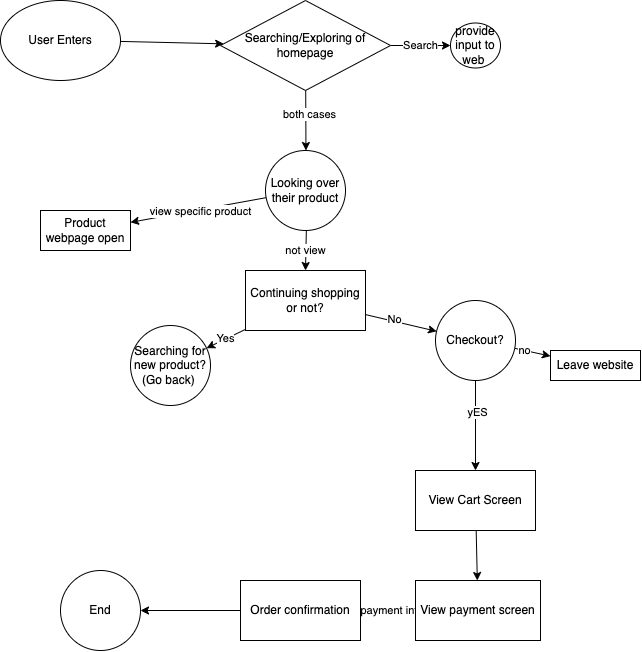
The draw.io diagram explore/disgramming/diagram.drawio.png in PaulLai1022/sp24-cse110-lab4, before a commit. Source tidied: cells renumbered, new cells last; positions are measured from the earlier drawing's top-left corner, leaving out a move shared by most shapes.
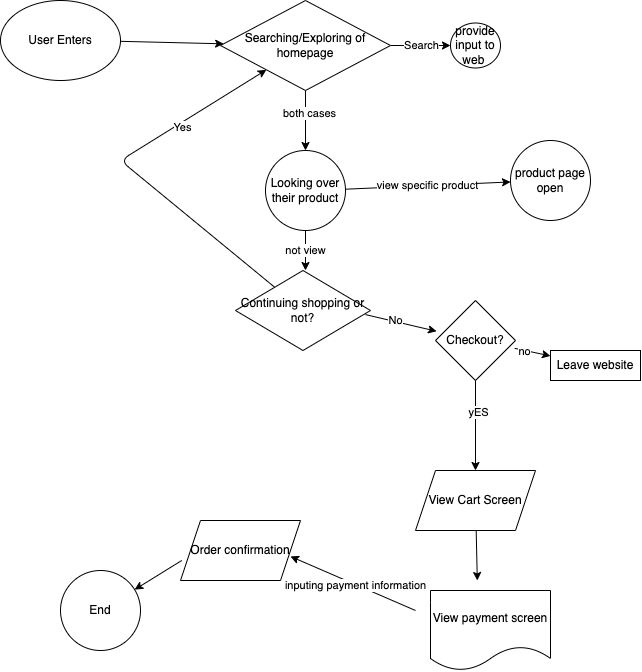
Above is the later version.

What changed in the source:
```diff
@@ -23,77 +23,96 @@
     <mxCell id="8" value="provide input to web&amp;nbsp;" style="ellipse;whiteSpace=wrap;html=1;" parent="1" vertex="1">
       <mxGeometry x="450" y="22.5" width="50" height="45" as="geometry" />
     </mxCell>
-    <mxCell id="9" style="edgeStyle=none;html=1;" parent="1" edge="1" source="12" target="13">
-      <mxGeometry relative="1" as="geometry" />
-    </mxCell>
+    <mxCell id="11" value="not view" style="edgeStyle=none;html=1;" parent="1" edge="1" source="12">
+      <mxGeometry relative="1" as="geometry">
+        <mxPoint x="305" y="270" as="targetPoint" />
+      </mxGeometry>
+    </mxCell>
-    <mxCell id="10" value="view specific product" style="edgeLabel;html=1;align=center;verticalAlign=middle;" parent="9" vertex="1">
-      <mxGeometry x="-0.03" y="1" relative="1" as="geometry" />
+    <mxCell id="10" value="view specific product" style="edgeStyle=none;html=1;" parent="1" edge="1" source="12" target="34">
+      <mxGeometry relative="1" as="geometry" />
     </mxCell>
-    <mxCell id="11" value="not view" style="edgeStyle=none;html=1;" parent="1" edge="1" source="12" target="17">
-      <mxGeometry relative="1" as="geometry" />
-    </mxCell>
     <mxCell id="12" value="Looking over their product" style="ellipse;whiteSpace=wrap;html=1;" parent="1" vertex="1">
       <mxGeometry x="265" y="150" width="80" height="80" as="geometry" />
     </mxCell>
-    <mxCell id="13" value="Product webpage open" style="whiteSpace=wrap;html=1;" parent="1" vertex="1">
-      <mxGeometry x="40" y="210" width="90" height="40" as="geometry" />
-    </mxCell>
-    <mxCell id="14" value="Yes" style="edgeStyle=none;html=1;" parent="1" edge="1" source="17" target="18">
-      <mxGeometry relative="1" as="geometry" />
-    </mxCell>
-    <mxCell id="15" style="edgeStyle=none;html=1;" parent="1" edge="1" source="17" target="23">
-      <mxGeometry relative="1" as="geometry" />
+    <mxCell id="15" style="edgeStyle=none;html=1;" parent="1" edge="1">
+      <mxGeometry relative="1" as="geometry">
+        <mxPoint x="365" y="314.1" as="sourcePoint" />
+        <mxPoint x="436.1" y="330.8" as="targetPoint" />
+      </mxGeometry>
     </mxCell>
     <mxCell id="16" value="No" style="edgeLabel;html=1;align=center;verticalAlign=middle;" parent="15" vertex="1">
       <mxGeometry x="-0.2" y="2" relative="1" as="geometry" />
     </mxCell>
-    <mxCell id="17" value="Continuing shopping or not?" style="whiteSpace=wrap;html=1;" parent="1" vertex="1">
-      <mxGeometry x="245" y="270" width="120" height="60" as="geometry" />
-    </mxCell>
-    <mxCell id="18" value="Searching for new product?(Go back)&amp;nbsp;" style="ellipse;whiteSpace=wrap;html=1;" parent="1" vertex="1">
-      <mxGeometry x="130" y="325" width="80" height="80" as="geometry" />
-    </mxCell>
-    <mxCell id="19" style="edgeStyle=none;html=1;" parent="1" edge="1" source="23" target="24">
-      <mxGeometry relative="1" as="geometry" />
+    <mxCell id="19" style="edgeStyle=none;html=1;" parent="1" edge="1" target="24">
+      <mxGeometry relative="1" as="geometry">
+        <mxPoint x="514.2" y="347.8" as="sourcePoint" />
+      </mxGeometry>
     </mxCell>
     <mxCell id="20" value="no" style="edgeLabel;html=1;align=center;verticalAlign=middle;" parent="19" vertex="1">
       <mxGeometry x="-0.48" relative="1" as="geometry" />
     </mxCell>
-    <mxCell id="21" style="edgeStyle=none;html=1;" parent="1" edge="1" source="23" target="26">
-      <mxGeometry relative="1" as="geometry" />
+    <mxCell id="21" style="edgeStyle=none;html=1;" parent="1" edge="1">
+      <mxGeometry relative="1" as="geometry">
+        <mxPoint x="475" y="380" as="sourcePoint" />
+        <mxPoint x="475" y="470" as="targetPoint" />
+      </mxGeometry>
     </mxCell>
     <mxCell id="22" value="yES" style="edgeLabel;html=1;align=center;verticalAlign=middle;" parent="21" vertex="1">
       <mxGeometry x="-0.29" y="2" relative="1" as="geometry" />
     </mxCell>
-    <mxCell id="23" value="Checkout?" style="ellipse;whiteSpace=wrap;html=1;" parent="1" vertex="1">
-      <mxGeometry x="435" y="300" width="80" height="80" as="geometry" />
-    </mxCell>
     <mxCell id="24" value="Leave website" style="whiteSpace=wrap;html=1;" parent="1" vertex="1">
       <mxGeometry x="550" y="350" width="90" height="30" as="geometry" />
     </mxCell>
-    <mxCell id="25" style="edgeStyle=none;html=1;" parent="1" edge="1" source="26" target="29">
-      <mxGeometry relative="1" as="geometry" />
+    <mxCell id="25" style="edgeStyle=none;html=1;" parent="1" edge="1">
+      <mxGeometry relative="1" as="geometry">
+        <mxPoint x="475.7" y="530" as="sourcePoint" />
+        <mxPoint x="476.8" y="580" as="targetPoint" />
+      </mxGeometry>
     </mxCell>
-    <mxCell id="26" value="View Cart Screen" style="whiteSpace=wrap;html=1;" parent="1" vertex="1">
-      <mxGeometry x="415" y="470" width="120" height="60" as="geometry" />
-    </mxCell>
-    <mxCell id="27" style="edgeStyle=none;html=1;" parent="1" edge="1" source="29" target="31">
-      <mxGeometry relative="1" as="geometry" />
+    <mxCell id="27" style="edgeStyle=none;html=1;" parent="1" edge="1">
+      <mxGeometry relative="1" as="geometry">
+        <mxPoint x="415" y="610" as="sourcePoint" />
+        <mxPoint x="290" y="555.9" as="targetPoint" />
+      </mxGeometry>
     </mxCell>
     <mxCell id="28" value="inputing payment information" style="edgeLabel;html=1;align=center;verticalAlign=middle;" parent="27" vertex="1">
       <mxGeometry x="-0.03" relative="1" as="geometry" />
     </mxCell>
+    <mxCell id="30" style="edgeStyle=none;html=1;" parent="1" edge="1" target="32">
+      <mxGeometry relative="1" as="geometry">
+        <mxPoint x="181.3" y="560" as="sourcePoint" />
+      </mxGeometry>
+    </mxCell>
+    <mxCell id="32" value="End" style="ellipse;whiteSpace=wrap;html=1;" parent="1" vertex="1">
+      <mxGeometry x="60" y="570" width="80" height="80" as="geometry" />
+    </mxCell>
+    <mxCell id="23" value="Checkout?" style="rhombus;whiteSpace=wrap;html=1;" parent="1" vertex="1">
+      <mxGeometry x="435" y="300" width="80" height="80" as="geometry" />
+    </mxCell>
+    <mxCell id="33" style="edgeStyle=none;html=1;" parent="1" edge="1" source="17" target="7">
+      <mxGeometry relative="1" as="geometry">
+        <Array as="points">
+          <mxPoint x="120" y="160" />
+        </Array>
+      </mxGeometry>
+    </mxCell>
+    <mxCell id="14" value="Yes" style="edgeLabel;html=1;align=center;verticalAlign=middle;" parent="33" vertex="1">
+      <mxGeometry x="0.45" y="-3" relative="1" as="geometry" />
+    </mxCell>
+    <mxCell id="17" value="Continuing shopping or not?" style="rhombus;whiteSpace=wrap;html=1;" parent="1" vertex="1">
+      <mxGeometry x="235" y="270" width="135" height="80" as="geometry" />
+    </mxCell>
+    <mxCell id="26" value="View Cart Screen" style="shape=parallelogram;perimeter=parallelogramPerimeter;whiteSpace=wrap;html=1;fixedSize=1;" parent="1" vertex="1">
+      <mxGeometry x="415" y="470" width="120" height="60" as="geometry" />
+    </mxCell>
-    <mxCell id="29" value="View payment screen" style="whiteSpace=wrap;html=1;" parent="1" vertex="1">
-      <mxGeometry x="415" y="580" width="125" height="60" as="geometry" />
+    <mxCell id="29" value="View payment screen" style="shape=document;whiteSpace=wrap;html=1;boundedLbl=1;" parent="1" vertex="1">
+      <mxGeometry x="430" y="590" width="120" height="80" as="geometry" />
     </mxCell>
-    <mxCell id="30" style="edgeStyle=none;html=1;" parent="1" edge="1" source="31" target="32">
-      <mxGeometry relative="1" as="geometry" />
-    </mxCell>
-    <mxCell id="31" value="Order confirmation" style="whiteSpace=wrap;html=1;" parent="1" vertex="1">
-      <mxGeometry x="240" y="580" width="120" height="60" as="geometry" />
+    <mxCell id="31" value="Order confirmation" style="shape=parallelogram;perimeter=parallelogramPerimeter;whiteSpace=wrap;html=1;fixedSize=1;" parent="1" vertex="1">
+      <mxGeometry x="180" y="520" width="120" height="60" as="geometry" />
     </mxCell>
-    <mxCell id="32" value="End" style="ellipse;whiteSpace=wrap;html=1;" parent="1" vertex="1">
-      <mxGeometry x="60" y="570" width="80" height="80" as="geometry" />
-    </mxCell>
+    <mxCell id="34" value="product page open" style="ellipse;whiteSpace=wrap;html=1;" parent="1" vertex="1">
+      <mxGeometry x="510" y="140" width="80" height="80" as="geometry" />
+    </mxCell>
   </root>
 </mxGraphModel>
```
